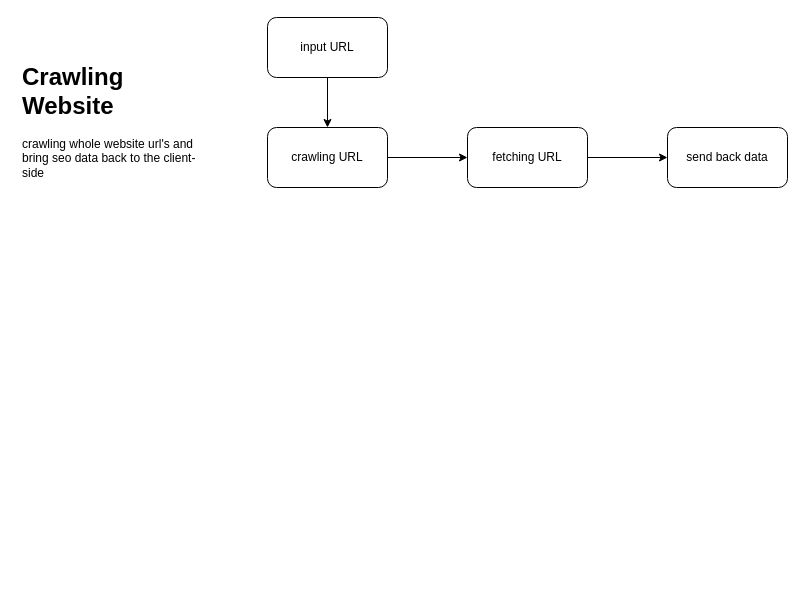
Above: flow.drawio in yazan-zoghbi/SEOscape (draw.io), before the change. Source tidied: cells renumbered, new cells numbered last; positions are measured from the earlier drawing's top-left corner, leaving out a move shared by most shapes. Both pictures are drawn from the tidied source at 100%, with x=0, y=0 at pixel (17, 17).
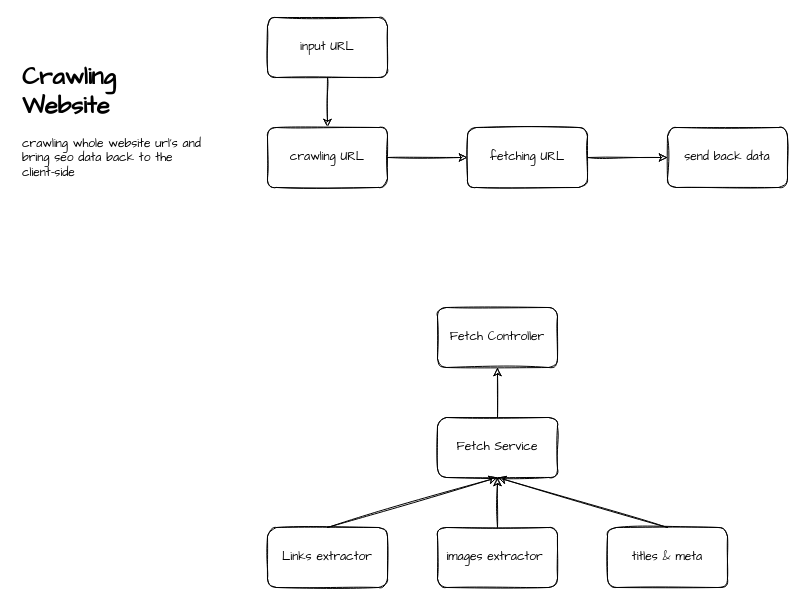
After the change.

Commit message:
[MOD]: fetch module defined

Change to the diagram source:
```diff
@@
 <mxGraphModel>
   <root>
     <mxCell id="0" />
     <mxCell id="1" parent="0" />
-    <mxCell id="2" style="edgeStyle=none;html=1;exitX=0.5;exitY=1;exitDx=0;exitDy=0;entryX=0.5;entryY=0;entryDx=0;entryDy=0;" parent="1" edge="1" source="3" target="5">
+    <mxCell id="2" style="edgeStyle=none;html=1;exitX=0.5;exitY=1;exitDx=0;exitDy=0;entryX=0.5;entryY=0;entryDx=0;entryDy=0;fontFamily=Comic Sans MS;sketch=1;" parent="1" edge="1" source="3" target="5">
       <mxGeometry relative="1" as="geometry" />
     </mxCell>
-    <mxCell id="3" value="input URL" style="rounded=1;whiteSpace=wrap;html=1;" parent="1" vertex="1">
+    <mxCell id="3" value="input URL" style="rounded=1;whiteSpace=wrap;html=1;fontFamily=Comic Sans MS;sketch=1;" parent="1" vertex="1">
       <mxGeometry x="250" width="120" height="60" as="geometry" />
     </mxCell>
-    <mxCell id="4" style="edgeStyle=none;html=1;exitX=1;exitY=0.5;exitDx=0;exitDy=0;entryX=0;entryY=0.5;entryDx=0;entryDy=0;" parent="1" edge="1" source="5" target="7">
+    <mxCell id="4" style="edgeStyle=none;html=1;exitX=1;exitY=0.5;exitDx=0;exitDy=0;entryX=0;entryY=0.5;entryDx=0;entryDy=0;fontFamily=Comic Sans MS;sketch=1;" parent="1" edge="1" source="5" target="7">
       <mxGeometry relative="1" as="geometry" />
     </mxCell>
-    <mxCell id="5" value="crawling URL" style="rounded=1;whiteSpace=wrap;html=1;" parent="1" vertex="1">
+    <mxCell id="5" value="crawling URL" style="rounded=1;whiteSpace=wrap;html=1;fontFamily=Comic Sans MS;sketch=1;" parent="1" vertex="1">
       <mxGeometry x="250" y="110" width="120" height="60" as="geometry" />
     </mxCell>
-    <mxCell id="6" style="edgeStyle=none;html=1;exitX=1;exitY=0.5;exitDx=0;exitDy=0;entryX=0;entryY=0.5;entryDx=0;entryDy=0;" parent="1" edge="1" source="7" target="8">
+    <mxCell id="6" style="edgeStyle=none;html=1;exitX=1;exitY=0.5;exitDx=0;exitDy=0;entryX=0;entryY=0.5;entryDx=0;entryDy=0;fontFamily=Comic Sans MS;sketch=1;" parent="1" edge="1" source="7" target="8">
       <mxGeometry relative="1" as="geometry" />
     </mxCell>
-    <mxCell id="7" value="fetching URL" style="rounded=1;whiteSpace=wrap;html=1;" parent="1" vertex="1">
+    <mxCell id="7" value="fetching URL" style="rounded=1;whiteSpace=wrap;html=1;fontFamily=Comic Sans MS;sketch=1;" parent="1" vertex="1">
       <mxGeometry x="450" y="110" width="120" height="60" as="geometry" />
     </mxCell>
-    <mxCell id="8" value="send back data" style="rounded=1;whiteSpace=wrap;html=1;" parent="1" vertex="1">
+    <mxCell id="8" value="send back data" style="rounded=1;whiteSpace=wrap;html=1;fontFamily=Comic Sans MS;sketch=1;" parent="1" vertex="1">
       <mxGeometry x="650" y="110" width="120" height="60" as="geometry" />
     </mxCell>
-    <mxCell id="9" value="&lt;h1&gt;Crawling Website&lt;/h1&gt;&lt;p&gt;crawling whole website url's and bring seo data back to the client-side&lt;/p&gt;" style="text;html=1;strokeColor=none;fillColor=none;spacing=5;spacingTop=-20;whiteSpace=wrap;overflow=hidden;rounded=0;" parent="1" vertex="1">
+    <mxCell id="9" value="&lt;h1&gt;Crawling Website&lt;/h1&gt;&lt;p&gt;crawling whole website url's and bring seo data back to the client-side&lt;/p&gt;" style="text;html=1;strokeColor=none;fillColor=none;spacing=5;spacingTop=-20;whiteSpace=wrap;overflow=hidden;rounded=0;fontFamily=Comic Sans MS;sketch=1;" parent="1" vertex="1">
       <mxGeometry y="40" width="190" height="120" as="geometry" />
     </mxCell>
+    <mxCell id="10" value="Fetch Controller" style="rounded=1;whiteSpace=wrap;html=1;fontFamily=Comic Sans MS;sketch=1;" parent="1" vertex="1">
+      <mxGeometry x="420" y="290" width="120" height="60" as="geometry" />
+    </mxCell>
+    <mxCell id="11" style="edgeStyle=none;html=1;exitX=0.5;exitY=0;exitDx=0;exitDy=0;entryX=0.5;entryY=1;entryDx=0;entryDy=0;fontFamily=Comic Sans MS;sketch=1;" parent="1" edge="1" source="12" target="10">
+      <mxGeometry relative="1" as="geometry" />
+    </mxCell>
+    <mxCell id="12" value="Fetch Service" style="rounded=1;whiteSpace=wrap;html=1;fontFamily=Comic Sans MS;sketch=1;" parent="1" vertex="1">
+      <mxGeometry x="420" y="400" width="120" height="60" as="geometry" />
+    </mxCell>
+    <mxCell id="13" style="edgeStyle=none;html=1;exitX=0.5;exitY=0;exitDx=0;exitDy=0;entryX=0.5;entryY=1;entryDx=0;entryDy=0;fontFamily=Comic Sans MS;sketch=1;" parent="1" edge="1" source="14" target="12">
+      <mxGeometry relative="1" as="geometry" />
+    </mxCell>
+    <mxCell id="14" value="Links extractor" style="rounded=1;whiteSpace=wrap;html=1;fontFamily=Comic Sans MS;sketch=1;" parent="1" vertex="1">
+      <mxGeometry x="250" y="510" width="120" height="60" as="geometry" />
+    </mxCell>
+    <mxCell id="15" style="edgeStyle=none;html=1;exitX=0.5;exitY=0;exitDx=0;exitDy=0;entryX=0.5;entryY=1;entryDx=0;entryDy=0;fontFamily=Comic Sans MS;sketch=1;" parent="1" edge="1" source="16" target="12">
+      <mxGeometry relative="1" as="geometry" />
+    </mxCell>
+    <mxCell id="16" value="images extractor&amp;nbsp;" style="rounded=1;whiteSpace=wrap;html=1;fontFamily=Comic Sans MS;sketch=1;" parent="1" vertex="1">
+      <mxGeometry x="420" y="510" width="120" height="60" as="geometry" />
+    </mxCell>
+    <mxCell id="17" style="edgeStyle=none;html=1;exitX=0.5;exitY=0;exitDx=0;exitDy=0;entryX=0.5;entryY=1;entryDx=0;entryDy=0;fontFamily=Comic Sans MS;sketch=1;" parent="1" edge="1" source="18" target="12">
+      <mxGeometry relative="1" as="geometry" />
+    </mxCell>
+    <mxCell id="18" value="titles &amp;amp; meta" style="rounded=1;whiteSpace=wrap;html=1;fontFamily=Comic Sans MS;sketch=1;" parent="1" vertex="1">
+      <mxGeometry x="590" y="510" width="120" height="60" as="geometry" />
+    </mxCell>
   </root>
 </mxGraphModel>
```
